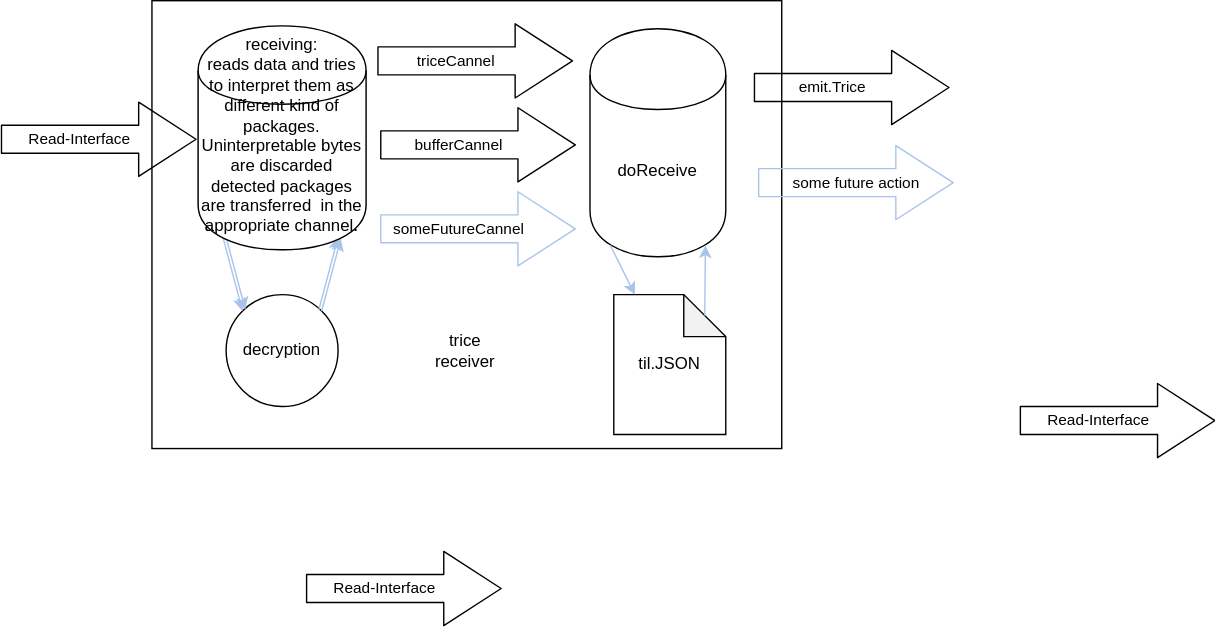
This is docs/README.media/triceReceiver.svg from rokath/trice, a draw.io export, as it was before one commit. Source tidied: cells renumbered, new cells last; positions are measured from the earlier drawing's top-left corner, leaving out a move shared by most shapes.
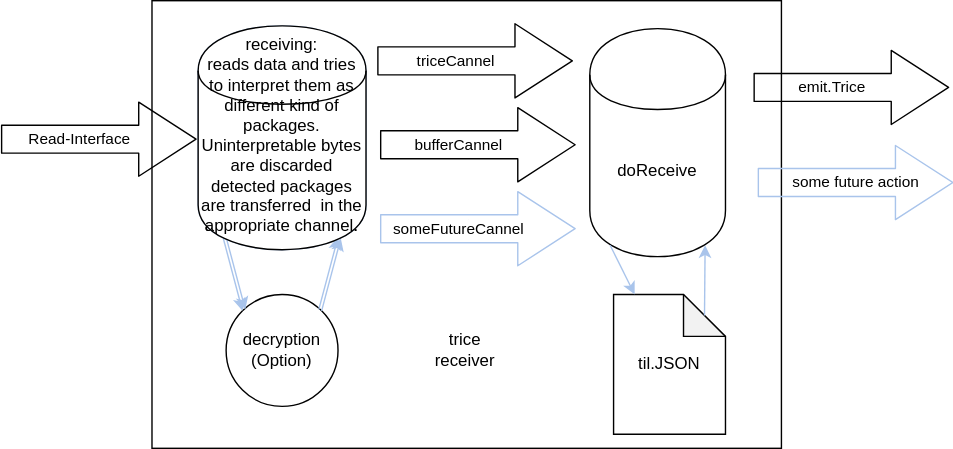
After the change.

The edit, as a diff of the source:
```diff
@@ -55,7 +55,7 @@
     <mxCell id="12" value="receiving:&lt;br&gt;reads data and tries to interpret them as different kind of packages. Uninterpretable bytes are discarded detected packages are transferred&amp;nbsp; in the appropriate channel.&lt;br&gt;&lt;br&gt;&lt;br&gt;&lt;br&gt;" style="shape=cylinder;whiteSpace=wrap;html=1;boundedLbl=1;backgroundOutline=1;strokeColor=#A9C4EB;" parent="1" vertex="1">
       <mxGeometry x="141" y="18" width="120" height="160" as="geometry" />
     </mxCell>
-    <mxCell id="13" value="decryption" style="ellipse;whiteSpace=wrap;html=1;strokeColor=#000000;" parent="1" vertex="1">
+    <mxCell id="13" value="decryption (Option)" style="ellipse;whiteSpace=wrap;html=1;strokeColor=#000000;" parent="1" vertex="1">
       <mxGeometry x="161" y="210" width="80" height="80" as="geometry" />
     </mxCell>
     <mxCell id="14" style="endArrow=classic;html=1;strokeColor=#A9C4EB;exitX=0.15;exitY=0.95;exitDx=0;exitDy=0;exitPerimeter=0;entryX=0;entryY=0;entryDx=0;entryDy=0;" parent="1" edge="1" source="12" target="13">
@@ -108,27 +108,5 @@
     <mxCell id="25" value="trice receiver" style="text;html=1;strokeColor=none;fillColor=none;align=center;verticalAlign=middle;whiteSpace=wrap;rounded=0;" parent="1" vertex="1">
       <mxGeometry x="312" y="240" width="40" height="20" as="geometry" />
     </mxCell>
-    <mxCell id="26" style="shape=flexArrow;endArrow=classic;html=1;width=20;endSize=13.33;endWidth=32;" parent="1" edge="1">
-      <mxGeometry relative="1" as="geometry">
-        <mxPoint x="218" y="420" as="sourcePoint" />
-        <mxPoint x="358" y="420" as="targetPoint" />
-      </mxGeometry>
-    </mxCell>
-    <mxCell id="27" value="Read-Interface" style="edgeLabel;html=1;align=center;verticalAlign=middle;" parent="26" vertex="1">
-      <mxGeometry x="-0.21" y="-3" relative="1" as="geometry">
-        <mxPoint y="-4" as="offset" />
-      </mxGeometry>
-    </mxCell>
-    <mxCell id="28" style="shape=flexArrow;endArrow=classic;html=1;width=20;endSize=13.33;endWidth=32;" parent="1" edge="1">
-      <mxGeometry relative="1" as="geometry">
-        <mxPoint x="728" y="300" as="sourcePoint" />
-        <mxPoint x="868" y="300" as="targetPoint" />
-      </mxGeometry>
-    </mxCell>
-    <mxCell id="29" value="Read-Interface" style="edgeLabel;html=1;align=center;verticalAlign=middle;" parent="28" vertex="1">
-      <mxGeometry x="-0.21" y="-3" relative="1" as="geometry">
-        <mxPoint y="-4" as="offset" />
-      </mxGeometry>
-    </mxCell>
   </root>
 </mxGraphModel>
```
